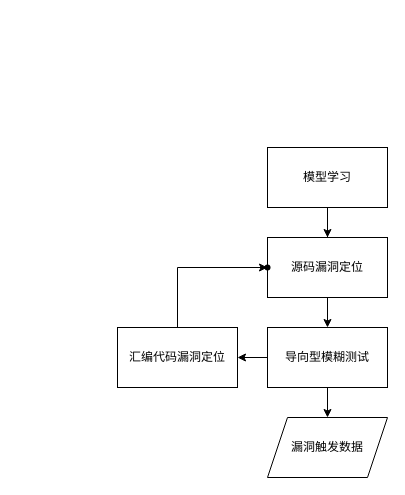
Above: 未命名绘图.drawio in Adam-01/diagrams (draw.io), before the change. Source tidied: cells renumbered, new cells numbered last; positions are measured from the earlier drawing's top-left corner, leaving out a move shared by most shapes. Both pictures are drawn from the tidied source at 100%, with x=0, y=0 at pixel (117, 147).
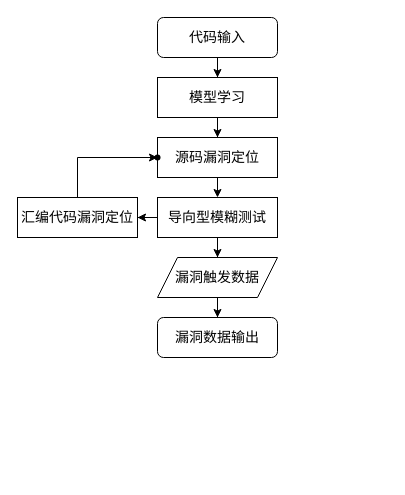
After the change.

Commit message:
更新未命名绘图.drawio

Diff of the diagram source:
```diff
@@
 <mxGraphModel>
   <root>
     <mxCell id="0" />
     <mxCell id="1" parent="0" />
-    <mxCell id="2" style="edgeStyle=orthogonalEdgeStyle;rounded=0;jettySize=auto;html=1;" parent="1" edge="1" source="4" target="8">
+    <mxCell id="2" style="edgeStyle=orthogonalEdgeStyle;rounded=0;jettySize=auto;html=1;fontFamily=宋体;fontSize=14;" parent="1" edge="1" source="4" target="8">
       <mxGeometry relative="1" as="geometry" />
     </mxCell>
-    <mxCell id="3" style="edgeStyle=orthogonalEdgeStyle;rounded=0;jettySize=auto;html=1;" parent="1" edge="1" source="4" target="5">
+    <mxCell id="3" style="edgeStyle=orthogonalEdgeStyle;rounded=0;jettySize=auto;html=1;fontFamily=宋体;fontSize=14;" parent="1" edge="1" source="4" target="5">
       <mxGeometry relative="1" as="geometry" />
     </mxCell>
-    <mxCell id="4" value="模型学习" style="rounded=0;whiteSpace=wrap;html=1;" parent="1" vertex="1">
-      <mxGeometry x="150" width="120" height="60" as="geometry" />
+    <mxCell id="4" value="模型学习" style="rounded=0;whiteSpace=wrap;html=1;fontFamily=宋体;fontSize=14;" parent="1" vertex="1">
+      <mxGeometry x="40" y="-70" width="120" height="40" as="geometry" />
     </mxCell>
-    <mxCell id="5" value="源码漏洞定位" style="rounded=0;whiteSpace=wrap;html=1;" parent="1" vertex="1">
-      <mxGeometry x="150" y="90" width="120" height="60" as="geometry" />
+    <mxCell id="5" value="&lt;font face=&quot;宋体&quot; style=&quot;font-size: 14px;&quot;&gt;源码漏洞定位&lt;/font&gt;" style="rounded=0;whiteSpace=wrap;html=1;fontFamily=宋体;fontSize=14;" parent="1" vertex="1">
+      <mxGeometry x="40" y="-10" width="120" height="40" as="geometry" />
     </mxCell>
-    <mxCell id="6" style="edgeStyle=orthogonalEdgeStyle;rounded=0;jettySize=auto;html=1;" parent="1" edge="1" source="8" target="10">
+    <mxCell id="6" style="edgeStyle=orthogonalEdgeStyle;rounded=0;jettySize=auto;html=1;fontFamily=宋体;fontSize=14;" parent="1" edge="1" source="8" target="10">
       <mxGeometry relative="1" as="geometry" />
     </mxCell>
-    <mxCell id="7" style="edgeStyle=orthogonalEdgeStyle;rounded=0;jettySize=auto;html=1;" parent="1" edge="1" source="8" target="12">
+    <mxCell id="7" style="edgeStyle=orthogonalEdgeStyle;rounded=0;jettySize=auto;html=1;fontFamily=宋体;fontSize=14;" parent="1" edge="1" source="8" target="12">
       <mxGeometry relative="1" as="geometry" />
     </mxCell>
-    <mxCell id="8" value="导向型模糊测试" style="rounded=0;whiteSpace=wrap;html=1;" parent="1" vertex="1">
-      <mxGeometry x="150" y="180" width="120" height="60" as="geometry" />
+    <mxCell id="8" value="导向型模糊测试" style="rounded=0;whiteSpace=wrap;html=1;fontFamily=宋体;fontSize=14;" parent="1" vertex="1">
+      <mxGeometry x="40" y="50" width="120" height="40" as="geometry" />
     </mxCell>
-    <mxCell id="9" style="edgeStyle=orthogonalEdgeStyle;rounded=0;jettySize=auto;html=1;" parent="1" edge="1" source="10" target="11">
+    <mxCell id="9" style="edgeStyle=orthogonalEdgeStyle;rounded=0;jettySize=auto;html=1;fontFamily=宋体;fontSize=14;" parent="1" edge="1" source="10" target="11">
       <mxGeometry relative="1" as="geometry">
         <Array as="points">
-          <mxPoint x="60" y="120" />
+          <mxPoint x="-40" y="60" />
         </Array>
       </mxGeometry>
     </mxCell>
-    <mxCell id="10" value="汇编代码漏洞定位" style="rounded=0;whiteSpace=wrap;html=1;" parent="1" vertex="1">
-      <mxGeometry y="180" width="120" height="60" as="geometry" />
+    <mxCell id="10" value="汇编代码漏洞定位" style="rounded=0;whiteSpace=wrap;html=1;fontFamily=宋体;fontSize=14;" parent="1" vertex="1">
+      <mxGeometry x="-100" y="50" width="120" height="40" as="geometry" />
     </mxCell>
-    <mxCell id="11" style="shape=waypoint;sketch=0;size=6;points=[];fillColor=default;perimeter=centerPerimeter;snapToPoint=1;rounded=0;" parent="1" vertex="1">
-      <mxGeometry x="130" y="100" width="40" height="40" as="geometry" />
+    <mxCell id="11" style="shape=waypoint;sketch=0;size=6;points=[];fillColor=default;perimeter=centerPerimeter;snapToPoint=1;rounded=0;fontFamily=宋体;fontSize=14;" parent="1" vertex="1">
+      <mxGeometry x="20" y="-10" width="40" height="40" as="geometry" />
     </mxCell>
+    <mxCell id="13" style="edgeStyle=orthogonalEdgeStyle;rounded=0;jettySize=auto;html=1;" parent="1" edge="1" source="12" target="16">
+      <mxGeometry relative="1" as="geometry" />
+    </mxCell>
-    <mxCell id="12" value="漏洞触发数据" style="shape=parallelogram;perimeter=parallelogramPerimeter;whiteSpace=wrap;html=1;fixedSize=1;" parent="1" vertex="1">
-      <mxGeometry x="150" y="270" width="120" height="60" as="geometry" />
+    <mxCell id="12" value="漏洞触发数据" style="shape=parallelogram;perimeter=parallelogramPerimeter;whiteSpace=wrap;html=1;fixedSize=1;fontFamily=宋体;fontSize=14;" parent="1" vertex="1">
+      <mxGeometry x="40" y="110" width="120" height="40" as="geometry" />
     </mxCell>
+    <mxCell id="14" style="edgeStyle=orthogonalEdgeStyle;rounded=0;jettySize=auto;html=1;entryX=0.5;entryY=0;entryDx=0;entryDy=0;" parent="1" edge="1" source="15" target="4">
+      <mxGeometry relative="1" as="geometry" />
+    </mxCell>
+    <mxCell id="15" value="&lt;font style=&quot;font-size: 14px;&quot; face=&quot;宋体&quot;&gt;代码输入&lt;/font&gt;" style="rounded=1;whiteSpace=wrap;html=1;" parent="1" vertex="1">
+      <mxGeometry x="40" y="-130" width="120" height="40" as="geometry" />
+    </mxCell>
+    <mxCell id="16" value="&lt;font style=&quot;font-size: 14px;&quot; face=&quot;宋体&quot;&gt;漏洞数据输出&lt;/font&gt;" style="rounded=1;whiteSpace=wrap;html=1;" parent="1" vertex="1">
+      <mxGeometry x="40" y="170" width="120" height="40" as="geometry" />
+    </mxCell>
   </root>
 </mxGraphModel>
```
